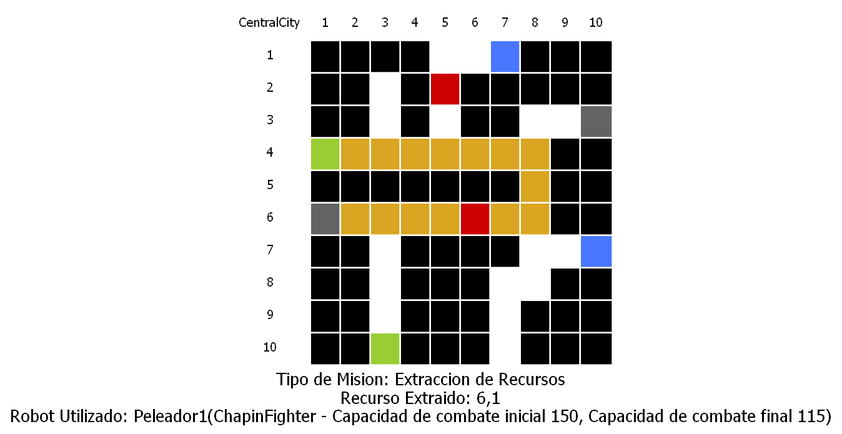
Earlier version of the Graphviz export MapasOperados/MisionExtracciondeRecursos_CentralCity.png (rodrialeh01/IPC2_Proyecto2_201900042). Its source is kept beside it as MapasOperados/MisionExtracciondeRecursos_CentralCity.dot.
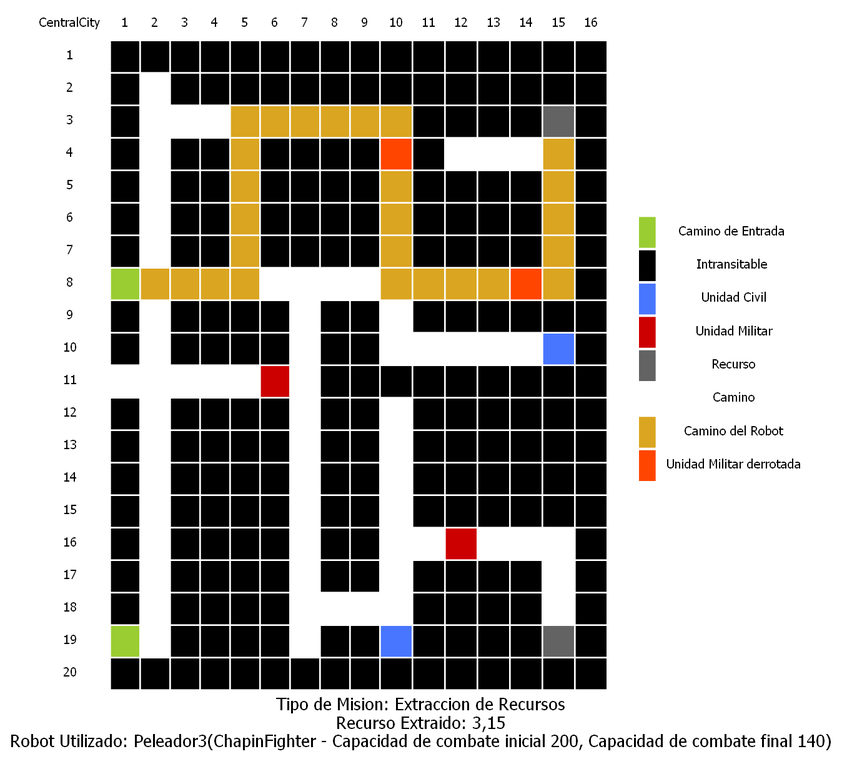
Later version of the same file.

Change to the diagram source:
```diff
@@ -3,7 +3,7 @@
 	patron [fontname="Roboto Condensed"fontsize="15pt", label=<
 <TABLE BORDER="0" CELLBORDER="0" CELLSPACING="2" CELLPADDING="10">
 <TR>
-    <TD border="0">CentralCity</TD><TD border="0">1</TD><TD border="0">2</TD><TD border="0">3</TD><TD border="0">4</TD><TD border="0">5</TD><TD border="0">6</TD><TD border="0">7</TD><TD border="0">8</TD><TD border="0">9</TD><TD border="0">10</TD>
+    <TD border="0">CentralCity</TD><TD border="0">1</TD><TD border="0">2</TD><TD border="0">3</TD><TD border="0">4</TD><TD border="0">5</TD><TD border="0">6</TD><TD border="0">7</TD><TD border="0">8</TD><TD border="0">9</TD><TD border="0">10</TD><TD border="0">11</TD><TD border="0">12</TD><TD border="0">13</TD><TD border="0">14</TD><TD border="0">15</TD><TD border="0">16</TD>
 </TR>
 <TR>
         <TD border="0">1</TD>
@@ -11,19 +11,31 @@
 <TD bgcolor="black">   </TD>
 <TD bgcolor="black">   </TD>
 <TD bgcolor="black">   </TD>
-<TD>   </TD>
-<TD>   </TD>
-<TD bgcolor="royalblue1">   </TD>
+<TD bgcolor="black">   </TD>
+<TD bgcolor="black">   </TD>
+<TD bgcolor="black">   </TD>
+<TD bgcolor="black">   </TD>
+<TD bgcolor="black">   </TD>
+<TD bgcolor="black">   </TD>
+<TD bgcolor="black">   </TD>
+<TD bgcolor="black">   </TD>
+<TD bgcolor="black">   </TD>
 <TD bgcolor="black">   </TD>
 <TD bgcolor="black">   </TD>
 <TD bgcolor="black">   </TD></TR>
 <TR>
         <TD border="0">2</TD>
 <TD bgcolor="black">   </TD>
-<TD bgcolor="black">   </TD>
 <TD>   </TD>
 <TD bgcolor="black">   </TD>
-<TD bgcolor="red3">   </TD>
+<TD bgcolor="black">   </TD>
+<TD bgcolor="black">   </TD>
+<TD bgcolor="black">   </TD>
+<TD bgcolor="black">   </TD>
+<TD bgcolor="black">   </TD>
+<TD bgcolor="black">   </TD>
+<TD bgcolor="black">   </TD>
+<TD bgcolor="black">   </TD>
 <TD bgcolor="black">   </TD>
 <TD bgcolor="black">   </TD>
 <TD bgcolor="black">   </TD>
@@ -32,19 +44,9 @@
 <TR>
         <TD border="0">3</TD>
 <TD bgcolor="black">   </TD>
-<TD bgcolor="black">   </TD>
-<TD>   </TD>
-<TD bgcolor="black">   </TD>
-<TD>   </TD>
-<TD bgcolor="black">   </TD>
-<TD bgcolor="black">   </TD>
 <TD>   </TD>
 <TD>   </TD>
-<TD bgcolor="grey39">   </TD></TR>
-<TR>
-        <TD border="0">4</TD>
-<TD bgcolor="yellowgreen">   </TD>
-<TD bgcolor="goldenrod">   </TD>
+<TD>   </TD>
 <TD bgcolor="goldenrod">   </TD>
 <TD bgcolor="goldenrod">   </TD>
 <TD bgcolor="goldenrod">   </TD>
@@ -52,9 +54,146 @@
 <TD bgcolor="goldenrod">   </TD>
 <TD bgcolor="goldenrod">   </TD>
 <TD bgcolor="black">   </TD>
+<TD bgcolor="black">   </TD>
+<TD bgcolor="black">   </TD>
+<TD bgcolor="black">   </TD>
+<TD bgcolor="grey39">   </TD>
+<TD bgcolor="black">   </TD></TR>
+<TR>
+        <TD border="0">4</TD>
+<TD bgcolor="black">   </TD>
+<TD>   </TD>
+<TD bgcolor="black">   </TD>
+<TD bgcolor="black">   </TD>
+<TD bgcolor="goldenrod">   </TD>
+<TD bgcolor="black">   </TD>
+<TD bgcolor="black">   </TD>
+<TD bgcolor="black">   </TD>
+<TD bgcolor="black">   </TD>
+<TD bgcolor="orangered">   </TD>
+<TD bgcolor="black">   </TD>
+<TD>   </TD>
+<TD>   </TD>
+<TD>   </TD>
+<TD bgcolor="goldenrod">   </TD>
 <TD bgcolor="black">   </TD></TR>
 <TR>
         <TD border="0">5</TD>
+<TD bgcolor="black">   </TD>
+<TD>   </TD>
+<TD bgcolor="black">   </TD>
+<TD bgcolor="black">   </TD>
+<TD bgcolor="goldenrod">   </TD>
+<TD bgcolor="black">   </TD>
+<TD bgcolor="black">   </TD>
+<TD bgcolor="black">   </TD>
+<TD bgcolor="black">   </TD>
+<TD bgcolor="goldenrod">   </TD>
+<TD bgcolor="black">   </TD>
+<TD bgcolor="black">   </TD>
+<TD bgcolor="black">   </TD>
+<TD bgcolor="black">   </TD>
+<TD bgcolor="goldenrod">   </TD>
+<TD bgcolor="black">   </TD></TR>
+<TR>
+        <TD border="0">6</TD>
+<TD bgcolor="black">   </TD>
+<TD>   </TD>
+<TD bgcolor="black">   </TD>
+<TD bgcolor="black">   </TD>
+<TD bgcolor="goldenrod">   </TD>
+<TD bgcolor="black">   </TD>
+<TD bgcolor="black">   </TD>
+<TD bgcolor="black">   </TD>
+<TD bgcolor="black">   </TD>
+<TD bgcolor="goldenrod">   </TD>
+<TD bgcolor="black">   </TD>
+<TD bgcolor="black">   </TD>
+<TD bgcolor="black">   </TD>
+<TD bgcolor="black">   </TD>
+<TD bgcolor="goldenrod">   </TD>
+<TD bgcolor="black">   </TD></TR>
+<TR>
+        <TD border="0">7</TD>
+<TD bgcolor="black">   </TD>
+<TD>   </TD>
+<TD bgcolor="black">   </TD>
+<TD bgcolor="black">   </TD>
+<TD bgcolor="goldenrod">   </TD>
+<TD bgcolor="black">   </TD>
+<TD bgcolor="black">   </TD>
+<TD bgcolor="black">   </TD>
+<TD bgcolor="black">   </TD>
+<TD bgcolor="goldenrod">   </TD>
+<TD bgcolor="black">   </TD>
+<TD bgcolor="black">   </TD>
+<TD bgcolor="black">   </TD>
+<TD bgcolor="black">   </TD>
+<TD bgcolor="goldenrod">   </TD>
+<TD bgcolor="black">   </TD></TR>
+<TR>
+        <TD border="0">8</TD>
+<TD bgcolor="yellowgreen">   </TD>
+<TD bgcolor="goldenrod">   </TD>
+<TD bgcolor="goldenrod">   </TD>
+<TD bgcolor="goldenrod">   </TD>
+<TD bgcolor="goldenrod">   </TD>
+<TD>   </TD>
+<TD>   </TD>
+<TD>   </TD>
+<TD>   </TD>
+<TD bgcolor="goldenrod">   </TD>
+<TD bgcolor="goldenrod">   </TD>
+<TD bgcolor="goldenrod">   </TD>
+<TD bgcolor="goldenrod">   </TD>
+<TD bgcolor="orangered">   </TD>
+<TD bgcolor="goldenrod">   </TD>
+<TD bgcolor="black">   </TD></TR>
+<TR>
+        <TD border="0">9</TD>
+<TD bgcolor="black">   </TD>
+<TD>   </TD>
+<TD bgcolor="black">   </TD>
+<TD bgcolor="black">   </TD>
+<TD bgcolor="black">   </TD>
+<TD bgcolor="black">   </TD>
+<TD>   </TD>
+<TD bgcolor="black">   </TD>
+<TD bgcolor="black">   </TD>
+<TD>   </TD>
+<TD bgcolor="black">   </TD>
+<TD bgcolor="black">   </TD>
+<TD bgcolor="black">   </TD>
+<TD bgcolor="black">   </TD>
+<TD bgcolor="black">   </TD>
+<TD bgcolor="black">   </TD></TR>
+<TR>
+        <TD border="0">10</TD>
+<TD bgcolor="black">   </TD>
+<TD>   </TD>
+<TD bgcolor="black">   </TD>
+<TD bgcolor="black">   </TD>
+<TD bgcolor="black">   </TD>
+<TD bgcolor="black">   </TD>
+<TD>   </TD>
+<TD bgcolor="black">   </TD>
+<TD bgcolor="black">   </TD>
+<TD>   </TD>
+<TD>   </TD>
+<TD>   </TD>
+<TD>   </TD>
+<TD>   </TD>
+<TD bgcolor="royalblue1">   </TD>
+<TD bgcolor="black">   </TD></TR>
+<TR>
+        <TD border="0">11</TD>
+<TD>   </TD>
+<TD>   </TD>
+<TD>   </TD>
+<TD>   </TD>
+<TD>   </TD>
+<TD bgcolor="red3">   </TD>
+<TD>   </TD>
 <TD bgcolor="black">   </TD>
 <TD bgcolor="black">   </TD>
 <TD bgcolor="black">   </TD>
@@ -62,23 +201,107 @@
 <TD bgcolor="black">   </TD>
 <TD bgcolor="black">   </TD>
 <TD bgcolor="black">   </TD>
-<TD bgcolor="goldenrod">   </TD>
 <TD bgcolor="black">   </TD>
 <TD bgcolor="black">   </TD></TR>
 <TR>
-        <TD border="0">6</TD>
-<TD bgcolor="grey39">   </TD>
-<TD bgcolor="goldenrod">   </TD>
-<TD bgcolor="goldenrod">   </TD>
-<TD bgcolor="goldenrod">   </TD>
-<TD bgcolor="goldenrod">   </TD>
-<TD bgcolor="red3">   </TD>
-<TD bgcolor="goldenrod">   </TD>
-<TD bgcolor="goldenrod">   </TD>
+        <TD border="0">12</TD>
+<TD bgcolor="black">   </TD>
+<TD>   </TD>
+<TD bgcolor="black">   </TD>
+<TD bgcolor="black">   </TD>
+<TD bgcolor="black">   </TD>
+<TD bgcolor="black">   </TD>
+<TD>   </TD>
+<TD bgcolor="black">   </TD>
+<TD bgcolor="black">   </TD>
+<TD>   </TD>
+<TD bgcolor="black">   </TD>
+<TD bgcolor="black">   </TD>
+<TD bgcolor="black">   </TD>
+<TD bgcolor="black">   </TD>
 <TD bgcolor="black">   </TD>
 <TD bgcolor="black">   </TD></TR>
 <TR>
-        <TD border="0">7</TD>
+        <TD border="0">13</TD>
+<TD bgcolor="black">   </TD>
+<TD>   </TD>
+<TD bgcolor="black">   </TD>
+<TD bgcolor="black">   </TD>
+<TD bgcolor="black">   </TD>
+<TD bgcolor="black">   </TD>
+<TD>   </TD>
+<TD bgcolor="black">   </TD>
+<TD bgcolor="black">   </TD>
+<TD>   </TD>
+<TD bgcolor="black">   </TD>
+<TD bgcolor="black">   </TD>
+<TD bgcolor="black">   </TD>
+<TD bgcolor="black">   </TD>
+<TD bgcolor="black">   </TD>
+<TD bgcolor="black">   </TD></TR>
+<TR>
+        <TD border="0">14</TD>
+<TD bgcolor="black">   </TD>
+<TD>   </TD>
+<TD bgcolor="black">   </TD>
+<TD bgcolor="black">   </TD>
+<TD bgcolor="black">   </TD>
+<TD bgcolor="black">   </TD>
+<TD>   </TD>
+<TD bgcolor="black">   </TD>
+<TD bgcolor="black">   </TD>
+<TD>   </TD>
+<TD bgcolor="black">   </TD>
+<TD bgcolor="black">   </TD>
+<TD bgcolor="black">   </TD>
+<TD bgcolor="black">   </TD>
+<TD bgcolor="black">   </TD>
+<TD bgcolor="black">   </TD></TR>
+<TR>
+        <TD border="0">15</TD>
+<TD bgcolor="black">   </TD>
+<TD>   </TD>
+<TD bgcolor="black">   </TD>
+<TD bgcolor="black">   </TD>
+<TD bgcolor="black">   </TD>
+<TD bgcolor="black">   </TD>
+<TD>   </TD>
+<TD bgcolor="black">   </TD>
+<TD bgcolor="black">   </TD>
+<TD>   </TD>
+<TD bgcolor="black">   </TD>
+<TD bgcolor="black">   </TD>
+<TD bgcolor="black">   </TD>
+<TD bgcolor="black">   </TD>
+<TD bgcolor="black">   </TD>
+<TD bgcolor="black">   </TD></TR>
+<TR>
+        <TD border="0">16</TD>
+<TD bgcolor="black">   </TD>
+<TD>   </TD>
+<TD bgcolor="black">   </TD>
+<TD bgcolor="black">   </TD>
+<TD bgcolor="black">   </TD>
+<TD bgcolor="black">   </TD>
+<TD>   </TD>
+<TD bgcolor="black">   </TD>
+<TD bgcolor="black">   </TD>
+<TD>   </TD>
+<TD>   </TD>
+<TD bgcolor="red3">   </TD>
+<TD>   </TD>
+<TD>   </TD>
+<TD>   </TD>
+<TD bgcolor="black">   </TD></TR>
+<TR>
+        <TD border="0">17</TD>
+<TD bgcolor="black">   </TD>
+<TD>   </TD>
+<TD bgcolor="black">   </TD>
+<TD bgcolor="black">   </TD>
+<TD bgcolor="black">   </TD>
+<TD bgcolor="black">   </TD>
+<TD>   </TD>
 <TD bgcolor="black">   </TD>
 <TD bgcolor="black">   </TD>
 <TD>   </TD>
@@ -87,42 +310,94 @@
 <TD bgcolor="black">   </TD>
 <TD bgcolor="black">   </TD>
 <TD>   </TD>
-<TD>   </TD>
-<TD bgcolor="royalblue1">   </TD></TR>
+<TD bgcolor="black">   </TD></TR>
 <TR>
-        <TD border="0">8</TD>
-<TD bgcolor="black">   </TD>
+        <TD border="0">18</TD>
 <TD bgcolor="black">   </TD>
 <TD>   </TD>
 <TD bgcolor="black">   </TD>
 <TD bgcolor="black">   </TD>
 <TD bgcolor="black">   </TD>
+<TD bgcolor="black">   </TD>
+<TD>   </TD>
+<TD>   </TD>
 <TD>   </TD>
 <TD>   </TD>
 <TD bgcolor="black">   </TD>
-<TD bgcolor="black">   </TD></TR>
-<TR>
-        <TD border="0">9</TD>
+<TD bgcolor="black">   </TD>
 <TD bgcolor="black">   </TD>
 <TD bgcolor="black">   </TD>
 <TD>   </TD>
+<TD bgcolor="black">   </TD></TR>
+<TR>
+        <TD border="0">19</TD>
+<TD bgcolor="yellowgreen">   </TD>
+<TD>   </TD>
+<TD bgcolor="black">   </TD>
 <TD bgcolor="black">   </TD>
 <TD bgcolor="black">   </TD>
 <TD bgcolor="black">   </TD>
 <TD>   </TD>
 <TD bgcolor="black">   </TD>
 <TD bgcolor="black">   </TD>
-<TD bgcolor="black">   </TD></TR>
-<TR>
-        <TD border="0">10</TD>
-<TD bgcolor="black">   </TD>
-<TD bgcolor="black">   </TD>
-<TD bgcolor="yellowgreen">   </TD>
+<TD bgcolor="royalblue1">   </TD>
 <TD bgcolor="black">   </TD>
 <TD bgcolor="black">   </TD>
 <TD bgcolor="black">   </TD>
-<TD>   </TD>
+<TD bgcolor="black">   </TD>
+<TD bgcolor="grey39">   </TD>
+<TD bgcolor="black">   </TD></TR>
+<TR>
+        <TD border="0">20</TD>
 <TD bgcolor="black">   </TD>
 <TD bgcolor="black">   </TD>
-<TD bgcolor="black">   </TD></TR></TABLE>>]fontname="Roboto Condensed"fontsize="20pt"label="Tipo de Mision: Extraccion de Recursos\nRecurso Extraido: 6,1\nRobot Utilizado: Peleador1(ChapinFighter - Capacidad de combate inicial 150, Capacidad de combate final 115)"
+<TD bgcolor="black">   </TD>
+<TD bgcolor="black">   </TD>
+<TD bgcolor="black">   </TD>
+<TD bgcolor="black">   </TD>
+<TD bgcolor="black">   </TD>
+<TD bgcolor="black">   </TD>
+<TD bgcolor="black">   </TD>
+<TD bgcolor="black">   </TD>
+<TD bgcolor="black">   </TD>
+<TD bgcolor="black">   </TD>
+<TD bgcolor="black">   </TD>
+<TD bgcolor="black">   </TD>
+<TD bgcolor="black">   </TD>
+<TD bgcolor="black">   </TD></TR></TABLE>>]fontname="Roboto Condensed"fontsize="20pt"label="Tipo de Mision: Extraccion de Recursos\nRecurso Extraido: 3,15\nRobot Utilizado: Peleador3(ChapinFighter - Capacidad de combate inicial 200, Capacidad de combate final 140)"
+info1[fontname="Roboto Condensed"fontsize="15pt", label=<
+<TABLE BORDER="0" CELLBORDER="0" CELLSPACING="3" CELLPADDING="10">
+<TR>
+    <TD border="0" bgcolor="yellowgreen"></TD>
+    <TD border="0">Camino de Entrada </TD>
+</TR>
+<TR>
+    <TD border="0" bgcolor="black"></TD>
+    <TD border="0">Intransitable </TD>
+</TR>
+<TR>
+    <TD border="0" bgcolor="royalblue1"></TD>
+    <TD border="0">Unidad Civil</TD>
+</TR>
+<TR>
+    <TD border="0" bgcolor="red3"></TD>
+    <TD border="0">Unidad Militar</TD>
+</TR>
+<TR>
+    <TD border="0" bgcolor="grey39"></TD>
+    <TD border="0">Recurso</TD>
+</TR>
+<TR>
+    <TD border="0" bgcolor="white"></TD>
+    <TD border="0">Camino</TD>
+</TR>
+<TR>
+    <TD border="0" bgcolor="goldenrod"></TD>
+    <TD border="0">Camino del Robot</TD>
+</TR>
+<TR>
+    <TD border="0" bgcolor="orangered"></TD>
+    <TD border="0">Unidad Militar derrotada</TD>
+</TR>
+</TABLE>>]
 }
```
